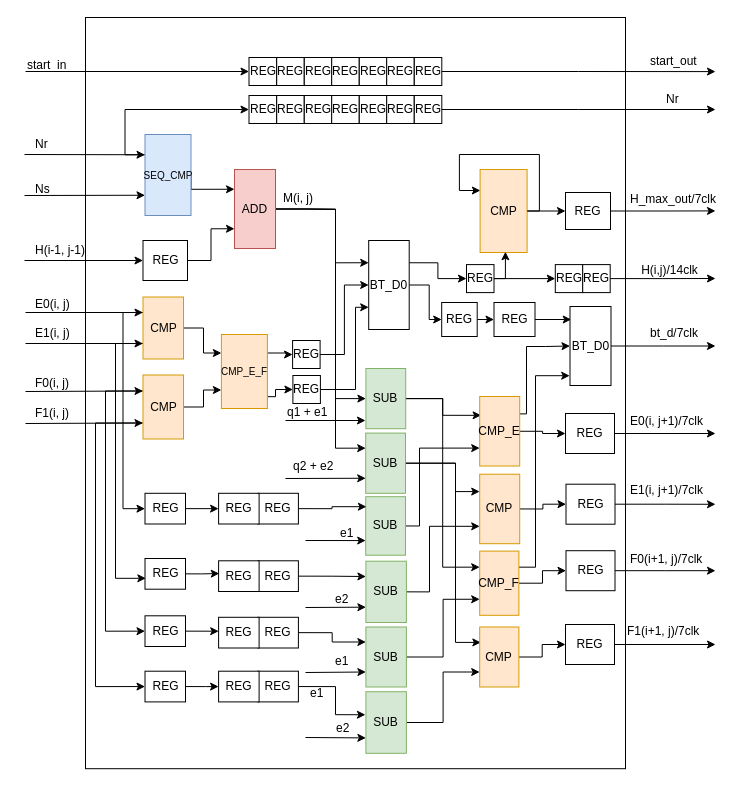
Before: page "PE0" (8 of 9) of FPGA_output.drawio in muguang123/drwaio, a draw.io diagram. Source tidied: cells renumbered, new cells numbered last; positions are measured from the earlier drawing's top-left corner, leaving out a move shared by most shapes. Both pictures are drawn from the tidied source at 100%, with x=0, y=0 at pixel (24, 17).
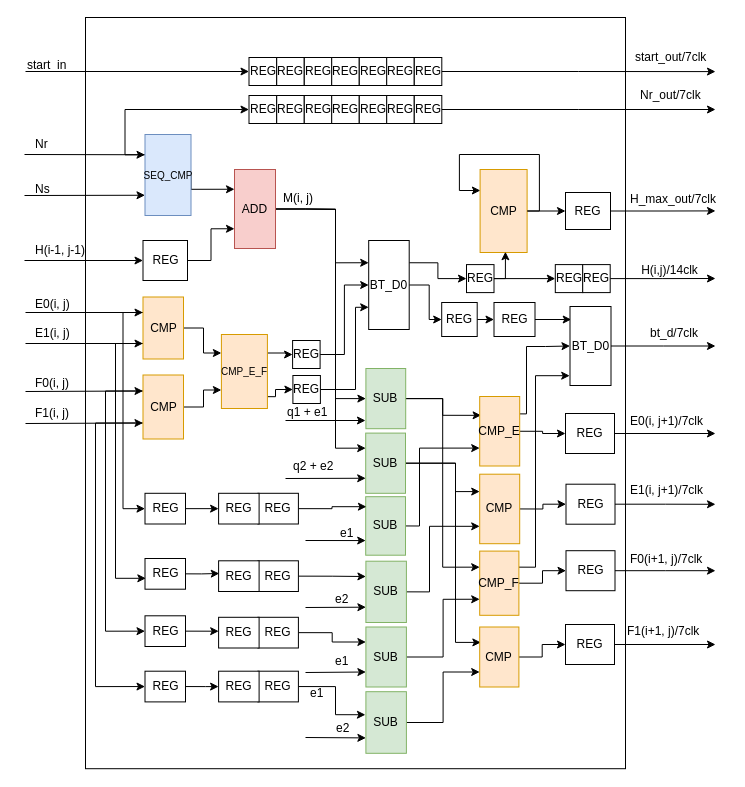
The same page after the edit.

Change to the diagram source:
```diff
@@
-    <mxCell id="83" value="Nr" style="text;html=1;align=left;verticalAlign=top;spacingTop=-4;" parent="1" vertex="1">
-      <mxGeometry x="640" y="72.1" width="30" height="20" as="geometry" />
-    </mxCell>
@@
-    <mxCell id="87" value="start_out" style="text;html=1;align=left;verticalAlign=top;spacingTop=-4;" parent="1" vertex="1">
-      <mxGeometry x="623.5" y="34.1" width="60" height="20" as="geometry" />
+    <mxCell id="87" value="start_out/7clk" style="text;html=1;align=left;verticalAlign=top;spacingTop=-4;" parent="1" vertex="1">
+      <mxGeometry x="608.5" y="30" width="90" height="10" as="geometry" />
     </mxCell>
@@
+    <mxCell id="154" value="Nr_out/7clk" style="text;html=1;align=left;verticalAlign=top;spacingTop=-4;" parent="1" vertex="1">
+      <mxGeometry x="613.5" y="68" width="80" height="10" as="geometry" />
+    </mxCell>
```
